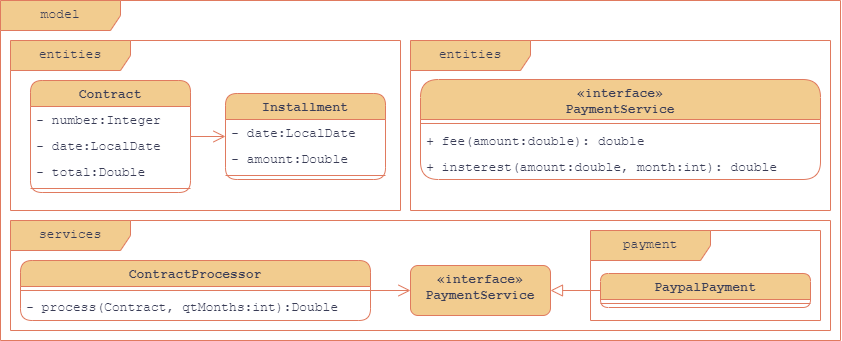
This is docs/design-system/PRJ11.png from ShiMigui/java-training-part1, a draw.io export, as it was before one commit. Source tidied: cells renumbered, new cells last; positions are measured from the earlier drawing's top-left corner, leaving out a move shared by most shapes.
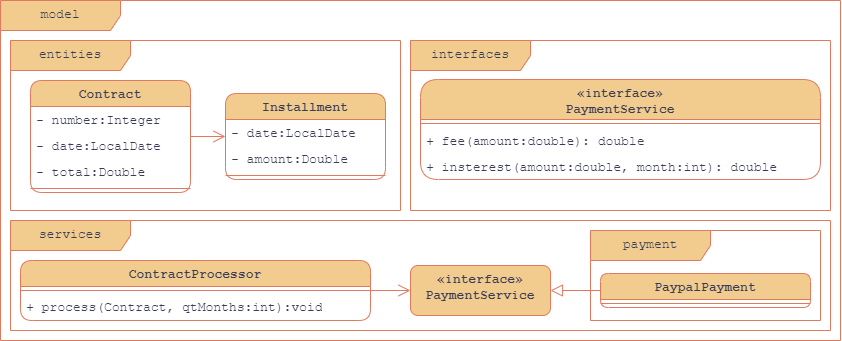
Later version of the same file.

Commit message:
Desgin-system update

Change to the diagram source:
```diff
@@ -41,7 +41,7 @@
     <mxCell id="14" value="services" style="shape=umlFrame;whiteSpace=wrap;html=1;rounded=1;strokeColor=#E07A5F;align=center;verticalAlign=top;fontFamily=Courier New;fontSize=13;fontColor=#393C56;fontStyle=0;labelBackgroundColor=none;fillColor=#F2CC8F;width=120;height=30;" parent="1" vertex="1">
       <mxGeometry x="10" y="220" width="820" height="110" as="geometry" />
     </mxCell>
-    <mxCell id="15" value="entities" style="shape=umlFrame;whiteSpace=wrap;html=1;rounded=1;strokeColor=#E07A5F;align=center;verticalAlign=top;fontFamily=Courier New;fontSize=13;fontColor=#393C56;fontStyle=0;labelBackgroundColor=none;fillColor=#F2CC8F;width=120;height=30;" parent="1" vertex="1">
+    <mxCell id="15" value="interfaces" style="shape=umlFrame;whiteSpace=wrap;html=1;rounded=1;strokeColor=#E07A5F;align=center;verticalAlign=top;fontFamily=Courier New;fontSize=13;fontColor=#393C56;fontStyle=0;labelBackgroundColor=none;fillColor=#F2CC8F;width=120;height=30;" parent="1" vertex="1">
       <mxGeometry x="410" y="40" width="420" height="170" as="geometry" />
     </mxCell>
     <mxCell id="16" style="edgeStyle=orthogonalEdgeStyle;rounded=0;jettySize=auto;html=1;strokeColor=#E07A5F;align=center;verticalAlign=middle;fontFamily=Courier New;fontSize=13;fontColor=#393C56;fontStyle=1;labelBackgroundColor=none;startSize=10;endArrow=open;endFill=0;endSize=10;fillColor=#F2CC8F;" parent="1" edge="1" source="17" target="25">
@@ -53,7 +53,7 @@
     <mxCell id="18" style="line;strokeWidth=1;fillColor=none;align=left;verticalAlign=middle;spacingTop=-1;spacingLeft=3;spacingRight=3;labelPosition=right;strokeColor=inherit;rounded=1;fontFamily=Courier New;fontSize=13;fontColor=#393C56;fontStyle=0;labelBackgroundColor=none;" parent="17" vertex="1">
       <mxGeometry y="26" width="350" height="8" as="geometry" />
     </mxCell>
-    <mxCell id="19" value="- process(Contract, qtMonths:int):Double" style="text;strokeColor=none;fillColor=none;align=left;verticalAlign=middle;spacingLeft=4;spacingRight=4;overflow=hidden;whiteSpace=wrap;html=1;fontFamily=Courier New;fontSize=13;fontColor=#393C56;fontStyle=0;labelBackgroundColor=none;" parent="17" vertex="1">
+    <mxCell id="19" value="+ process(Contract, qtMonths:int):void" style="text;strokeColor=none;fillColor=none;align=left;verticalAlign=middle;spacingLeft=4;spacingRight=4;overflow=hidden;whiteSpace=wrap;html=1;fontFamily=Courier New;fontSize=13;fontColor=#393C56;fontStyle=0;labelBackgroundColor=none;" parent="17" vertex="1">
       <mxGeometry y="34" width="350" height="26" as="geometry" />
     </mxCell>
     <mxCell id="20" value="payment" style="shape=umlFrame;whiteSpace=wrap;html=1;rounded=1;strokeColor=#E07A5F;align=center;verticalAlign=top;fontFamily=Courier New;fontSize=13;fontColor=#393C56;fontStyle=0;labelBackgroundColor=none;fillColor=#F2CC8F;width=120;height=30;" parent="1" vertex="1">
```
